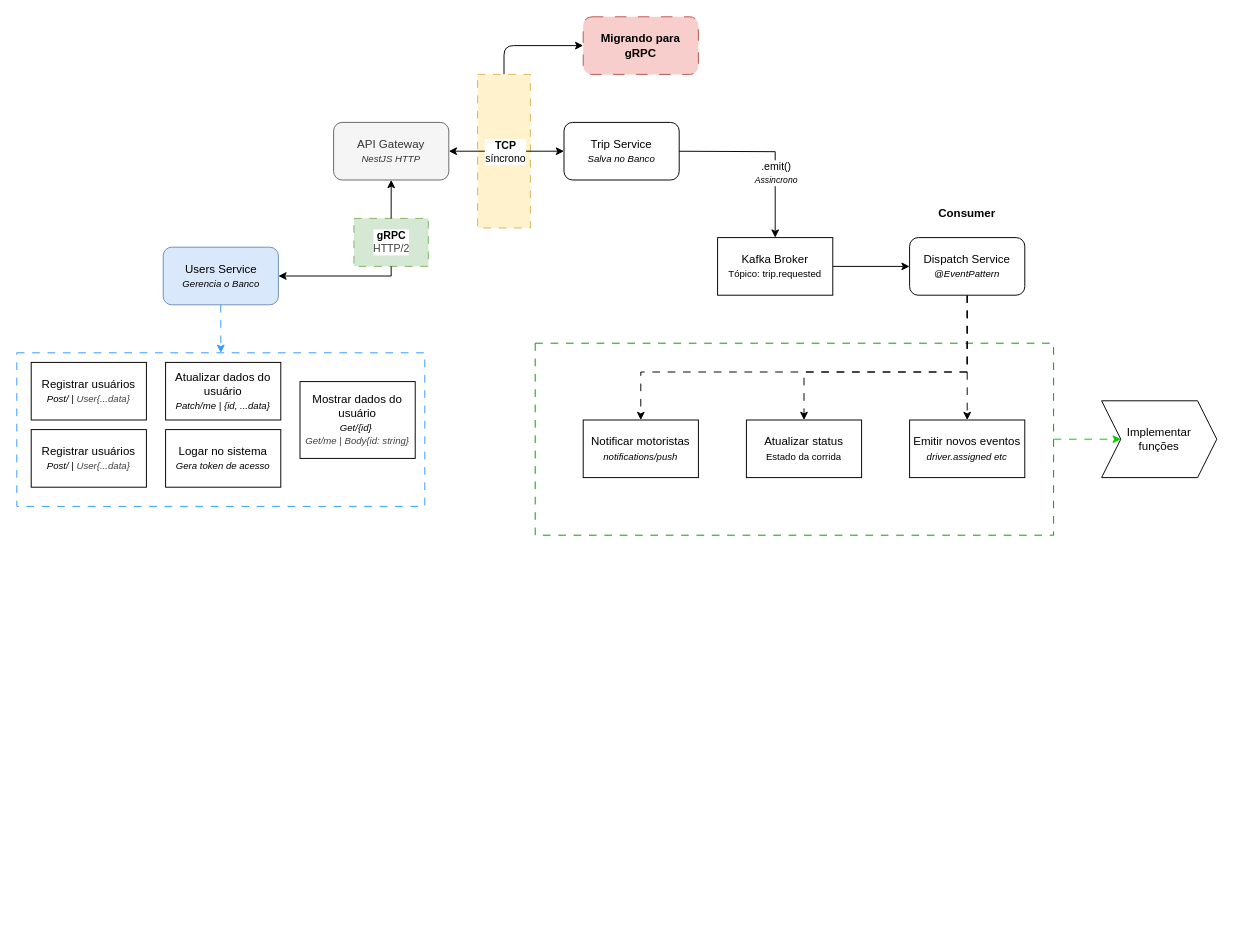
MathVans/Uber_Microsservices keeps this draw.io diagram as trip.requested.drawio. Above is the earlier version. Source tidied: cells renumbered, new cells numbered last; positions are measured from the earlier drawing's top-left corner, leaving out a move shared by most shapes. Both pictures are drawn from the tidied source at 96%, with x=0, y=0 at pixel (16, 16).
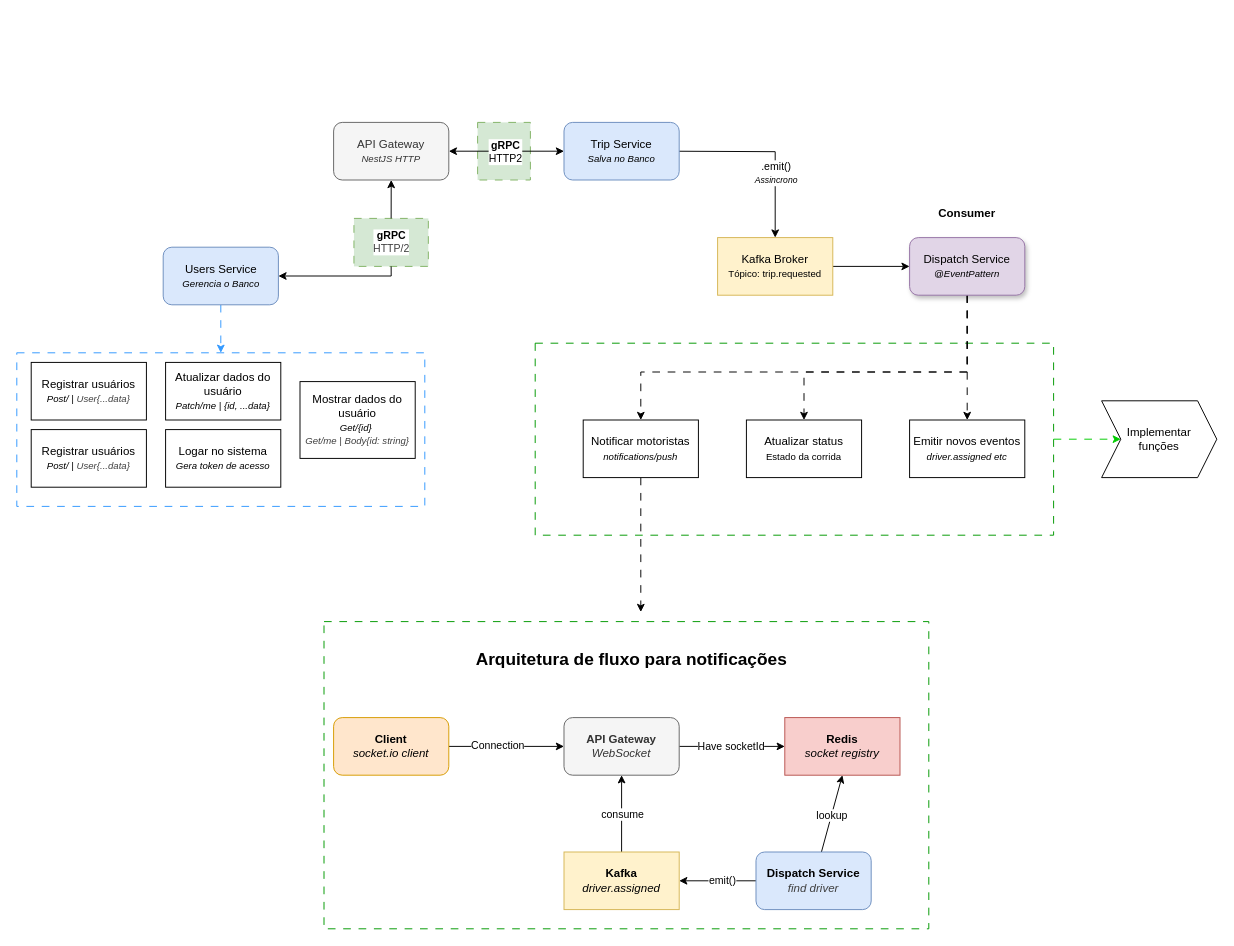
The same page after the edit.

Commit message (it also covers changes not shown here):
feat: add NotificationModule and WebSocket integration

Unchanged cells that the change refers to:
```xml
<mxCell id="2" style="rounded=0;whiteSpace=wrap;html=1;fillColor=#d5e8d4;dashed=1;dashPattern=8 8;shadow=0;glass=0;perimeterSpacing=0;strokeColor=#82b366;" parent="1" vertex="1">
  <mxGeometry x="351.2" y="210" width="77.5" height="50" as="geometry" />
</mxCell>
<mxCell id="9" value="API Gateway&lt;div&gt;&lt;i&gt;&lt;font style=&quot;font-size: 10px;&quot;&gt;NestJS HTTP&lt;/font&gt;&lt;/i&gt;&lt;/div&gt;" style="rounded=1;whiteSpace=wrap;html=1;fillColor=#f5f5f5;fontColor=#333333;strokeColor=#666666;" parent="1" vertex="1">
  <mxGeometry x="330" y="110" width="120" height="60" as="geometry" />
</mxCell>
<mxCell id="20" value="Notificar motoristas&lt;div&gt;&lt;i&gt;&lt;font style=&quot;font-size: 10px;&quot;&gt;notifications/push&lt;/font&gt;&lt;/i&gt;&lt;/div&gt;" style="rounded=0;whiteSpace=wrap;html=1;" parent="1" vertex="1">
  <mxGeometry x="590" y="420" width="120" height="60" as="geometry" />
</mxCell>
<mxCell id="26" value="Users Service&lt;div&gt;&lt;i&gt;&lt;font style=&quot;font-size: 10px;&quot;&gt;Gerencia o Banco&lt;/font&gt;&lt;/i&gt;&lt;/div&gt;" style="rounded=1;whiteSpace=wrap;html=1;fillColor=#dae8fc;strokeColor=#6c8ebf;" parent="1" vertex="1">
  <mxGeometry x="152.5" y="240" width="120" height="60" as="geometry" />
</mxCell>
```

The edit, as a diff of the source:
```diff
@@
-    <mxCell id="4" style="edgeStyle=orthogonalEdgeStyle;html=1;exitX=0.5;exitY=0;exitDx=0;exitDy=0;" parent="1" edge="1" source="5" target="33">
-      <mxGeometry relative="1" as="geometry" />
-    </mxCell>
-    <mxCell id="5" style="rounded=0;whiteSpace=wrap;html=1;fillColor=#fff2cc;dashed=1;dashPattern=8 8;shadow=0;glass=0;perimeterSpacing=0;strokeColor=#d6b656;" parent="1" vertex="1">
-      <mxGeometry x="480" y="60" width="55" height="160" as="geometry" />
+    <mxCell id="5" style="rounded=0;whiteSpace=wrap;html=1;fillColor=#d5e8d4;dashed=1;dashPattern=8 8;shadow=0;glass=0;perimeterSpacing=0;strokeColor=#82b366;" parent="1" vertex="1">
+      <mxGeometry x="480" y="110" width="55" height="60" as="geometry" />
     </mxCell>
@@
-    <mxCell id="7" style="edgeStyle=orthogonalEdgeStyle;rounded=0;jettySize=auto;html=1;exitX=1;exitY=0.5;exitDx=0;exitDy=0;entryX=0;entryY=0.5;entryDx=0;entryDy=0;startArrow=classic;startFill=1;" parent="1" edge="1" source="9" target="14">
+    <mxCell id="7" style="edgeStyle=orthogonalEdgeStyle;rounded=0;jettySize=auto;html=1;exitX=1;exitY=0.5;exitDx=0;exitDy=0;entryX=0;entryY=0.5;entryDx=0;entryDy=0;startArrow=classic;startFill=1;flowAnimation=1;" parent="1" edge="1" source="9" target="14">
       <mxGeometry relative="1" as="geometry" />
     </mxCell>
-    <mxCell id="8" value="&lt;b&gt;TCP&lt;/b&gt;&lt;div&gt;síncrono&lt;/div&gt;" style="edgeLabel;html=1;align=center;verticalAlign=middle;" parent="7" vertex="1">
+    <mxCell id="8" value="&lt;b&gt;gRPC&lt;/b&gt;&lt;br&gt;&lt;div&gt;HTTP2&lt;/div&gt;" style="edgeLabel;html=1;align=center;verticalAlign=middle;" parent="7" vertex="1">
       <mxGeometry x="-0.03" relative="1" as="geometry" />
     </mxCell>
@@
-    <mxCell id="11" value="Kafka Broker&lt;div&gt;&lt;font style=&quot;font-size: 10px;&quot;&gt;Tópico: trip.requested&lt;/font&gt;&lt;/div&gt;" style="rounded=0;whiteSpace=wrap;html=1;" parent="1" vertex="1">
+    <mxCell id="11" value="Kafka Broker&lt;div&gt;&lt;font style=&quot;font-size: 10px;&quot;&gt;Tópico: trip.requested&lt;/font&gt;&lt;/div&gt;" style="rounded=0;whiteSpace=wrap;html=1;fillColor=#fff2cc;strokeColor=#d6b656;shadow=0;" parent="1" vertex="1">
       <mxGeometry x="730" y="230" width="120" height="60" as="geometry" />
     </mxCell>
@@
-    <mxCell id="14" value="Trip Service&lt;div&gt;&lt;i&gt;&lt;font style=&quot;font-size: 10px;&quot;&gt;Salva no Banco&lt;/font&gt;&lt;/i&gt;&lt;/div&gt;" style="rounded=1;whiteSpace=wrap;html=1;" parent="1" vertex="1">
+    <mxCell id="14" value="Trip Service&lt;div&gt;&lt;i&gt;&lt;font style=&quot;font-size: 10px;&quot;&gt;Salva no Banco&lt;/font&gt;&lt;/i&gt;&lt;/div&gt;" style="rounded=1;whiteSpace=wrap;html=1;fillColor=#dae8fc;strokeColor=#6c8ebf;" parent="1" vertex="1">
       <mxGeometry x="570" y="110" width="120" height="60" as="geometry" />
     </mxCell>
@@
-    <mxCell id="18" value="Dispatch Service&lt;div&gt;&lt;i&gt;&lt;font style=&quot;font-size: 10px;&quot;&gt;@EventPattern&lt;/font&gt;&lt;/i&gt;&lt;/div&gt;" style="rounded=1;whiteSpace=wrap;html=1;" parent="1" vertex="1">
+    <mxCell id="18" value="Dispatch Service&lt;div&gt;&lt;i&gt;&lt;font style=&quot;font-size: 10px;&quot;&gt;@EventPattern&lt;/font&gt;&lt;/i&gt;&lt;/div&gt;" style="rounded=1;whiteSpace=wrap;html=1;fillColor=#e1d5e7;strokeColor=#9673a6;shadow=1;" parent="1" vertex="1">
       <mxGeometry x="930" y="230" width="120" height="60" as="geometry" />
     </mxCell>
@@
+    <mxCell id="35" style="edgeStyle=none;html=1;exitX=0.5;exitY=1;exitDx=0;exitDy=0;dashed=1;dashPattern=8 8;" parent="1" edge="1" source="20">
+      <mxGeometry relative="1" as="geometry">
+        <mxPoint x="650" y="620" as="targetPoint" />
+      </mxGeometry>
+    </mxCell>
@@
-    <mxCell id="27" value="&lt;b&gt;gRPC&lt;br&gt;&lt;/b&gt;&lt;div style=&quot;forced-color-adjust: none; color: rgb(63, 63, 63); scrollbar-color: rgb(226, 226, 226) rgb(251, 251, 251); font-family: Helvetica; font-size: 11px; font-style: normal; font-variant-ligatures: normal; font-variant-caps: normal; font-weight: 400; letter-spacing: normal; orphans: 2; text-align: center; text-indent: 0px; text-transform: none; widows: 2; word-spacing: 0px; -webkit-text-stroke-width: 0px; white-space: nowrap; text-decoration-thickness: initial; text-decoration-style: initial; text-decoration-color: initial;&quot;&gt;HTTP/2&lt;/div&gt;" style="endArrow=classic;html=1;exitX=0.5;exitY=1;exitDx=0;exitDy=0;entryX=1;entryY=0.5;entryDx=0;entryDy=0;edgeStyle=orthogonalEdgeStyle;elbow=horizontal;rounded=0;" parent="1" edge="1" source="2" target="26">
+    <mxCell id="27" value="&lt;b&gt;gRPC&lt;br&gt;&lt;/b&gt;&lt;div style=&quot;forced-color-adjust: none; color: rgb(63, 63, 63); scrollbar-color: rgb(226, 226, 226) rgb(251, 251, 251); font-family: Helvetica; font-size: 11px; font-style: normal; font-variant-ligatures: normal; font-variant-caps: normal; font-weight: 400; letter-spacing: normal; orphans: 2; text-align: center; text-indent: 0px; text-transform: none; widows: 2; word-spacing: 0px; -webkit-text-stroke-width: 0px; white-space: nowrap; text-decoration-thickness: initial; text-decoration-style: initial; text-decoration-color: initial;&quot;&gt;HTTP/2&lt;/div&gt;" style="endArrow=classic;html=1;exitX=0.5;exitY=1;exitDx=0;exitDy=0;entryX=1;entryY=0.5;entryDx=0;entryDy=0;edgeStyle=orthogonalEdgeStyle;elbow=horizontal;rounded=0;flowAnimation=1;" parent="1" edge="1" source="2" target="26">
       <mxGeometry x="-1" y="25" relative="1" as="geometry">
         <mxPoint x="-25" y="-25" as="offset" />
       </mxGeometry>
     </mxCell>
@@
-    <mxCell id="32" style="endArrow=none;html=1;exitX=0.5;exitY=1;exitDx=0;exitDy=0;entryX=0.5;entryY=0;entryDx=0;entryDy=0;edgeStyle=orthogonalEdgeStyle;elbow=horizontal;rounded=0;endFill=0;startArrow=classic;startFill=1;" parent="1" edge="1" source="9" target="2">
+    <mxCell id="32" style="endArrow=none;html=1;exitX=0.5;exitY=1;exitDx=0;exitDy=0;entryX=0.5;entryY=0;entryDx=0;entryDy=0;edgeStyle=orthogonalEdgeStyle;elbow=horizontal;rounded=0;endFill=0;startArrow=classic;startFill=1;flowAnimation=1;" parent="1" edge="1" source="9" target="2">
       <mxGeometry x="-0.45" relative="1" as="geometry" />
     </mxCell>
-    <mxCell id="33" value="&lt;b&gt;Migrando para gRPC&lt;/b&gt;" style="rounded=1;whiteSpace=wrap;html=1;fillColor=#f8cecc;strokeColor=#b85450;dashed=1;dashPattern=12 12;" parent="1" vertex="1">
-      <mxGeometry x="590" width="120" height="60" as="geometry" />
-    </mxCell>
@@
+    <mxCell id="36" style="rounded=0;whiteSpace=wrap;html=1;fillColor=none;dashed=1;dashPattern=8 8;shadow=0;glass=0;perimeterSpacing=0;strokeColor=light-dark(#009900,#80FF00);strokeWidth=1;" parent="1" vertex="1">
+      <mxGeometry x="320" y="630" width="630" height="320" as="geometry" />
+    </mxCell>
+    <mxCell id="37" value="Arquitetura de fluxo para notificações" style="text;html=1;align=center;verticalAlign=middle;strokeColor=none;fillColor=none;fontStyle=1;fontSize=18;" parent="1" vertex="1">
+      <mxGeometry x="480" y="650" width="320" height="40" as="geometry" />
+    </mxCell>
+    <mxCell id="38" style="edgeStyle=none;html=1;" parent="1" edge="1" source="40" target="43">
+      <mxGeometry relative="1" as="geometry" />
+    </mxCell>
+    <mxCell id="39" value="Connection" style="edgeLabel;html=1;align=center;verticalAlign=middle;labelBackgroundColor=default;" parent="38" vertex="1">
+      <mxGeometry x="-0.16" y="2" relative="1" as="geometry" />
+    </mxCell>
+    <mxCell id="40" value="&lt;b&gt;Client&lt;/b&gt;&lt;div&gt;&lt;i&gt;socket.io client&lt;/i&gt;&lt;/div&gt;" style="rounded=1;whiteSpace=wrap;html=1;fillColor=#ffe6cc;strokeColor=#d79b00;" parent="1" vertex="1">
+      <mxGeometry x="330" y="730" width="120" height="60" as="geometry" />
+    </mxCell>
+    <mxCell id="41" style="edgeStyle=none;html=1;" parent="1" edge="1" source="43" target="44">
+      <mxGeometry relative="1" as="geometry" />
+    </mxCell>
+    <mxCell id="42" value="Have socketId" style="edgeLabel;html=1;align=center;verticalAlign=middle;" parent="41" vertex="1">
+      <mxGeometry x="-0.03" y="1" relative="1" as="geometry" />
+    </mxCell>
+    <mxCell id="43" value="&lt;b&gt;API Gateway&lt;/b&gt;&lt;div&gt;&lt;i&gt;WebSocket&lt;/i&gt;&lt;/div&gt;" style="rounded=1;whiteSpace=wrap;html=1;fillColor=#f5f5f5;fontColor=#333333;strokeColor=#666666;" parent="1" vertex="1">
+      <mxGeometry x="570" y="730" width="120" height="60" as="geometry" />
+    </mxCell>
+    <mxCell id="44" value="&lt;b&gt;Redis&lt;/b&gt;&lt;div&gt;&lt;i&gt;socket registry&lt;/i&gt;&lt;/div&gt;" style="rounded=0;whiteSpace=wrap;html=1;fillColor=#f8cecc;strokeColor=#b85450;" parent="1" vertex="1">
+      <mxGeometry x="800" y="730" width="120" height="60" as="geometry" />
+    </mxCell>
+    <mxCell id="45" style="edgeStyle=none;html=1;" parent="1" edge="1" source="49" target="52">
+      <mxGeometry relative="1" as="geometry" />
+    </mxCell>
+    <mxCell id="46" value="emit()" style="edgeLabel;html=1;align=center;verticalAlign=middle;" parent="45" vertex="1">
+      <mxGeometry x="-0.1" y="-1" relative="1" as="geometry" />
+    </mxCell>
+    <mxCell id="47" style="edgeStyle=none;html=1;entryX=0.5;entryY=1;entryDx=0;entryDy=0;" parent="1" edge="1" source="49" target="44">
+      <mxGeometry relative="1" as="geometry" />
+    </mxCell>
+    <mxCell id="48" value="lookup" style="edgeLabel;html=1;align=center;verticalAlign=middle;" parent="47" vertex="1">
+      <mxGeometry x="-0.03" relative="1" as="geometry" />
+    </mxCell>
+    <mxCell id="49" value="&lt;b&gt;Dispatch Service&lt;/b&gt;&lt;div&gt;&lt;i style=&quot;color: rgb(63, 63, 63); background-color: transparent;&quot;&gt;find driver&lt;/i&gt;&lt;/div&gt;" style="rounded=1;whiteSpace=wrap;html=1;fillColor=#dae8fc;strokeColor=#6c8ebf;" parent="1" vertex="1">
+      <mxGeometry x="770" y="870" width="120" height="60" as="geometry" />
+    </mxCell>
+    <mxCell id="50" style="edgeStyle=none;html=1;entryX=0.5;entryY=1;entryDx=0;entryDy=0;" parent="1" edge="1" source="52" target="43">
+      <mxGeometry relative="1" as="geometry" />
+    </mxCell>
+    <mxCell id="51" value="consume" style="edgeLabel;html=1;align=center;verticalAlign=middle;" parent="50" vertex="1">
+      <mxGeometry relative="1" as="geometry" />
+    </mxCell>
+    <mxCell id="52" value="&lt;b&gt;Kafka&lt;/b&gt;&lt;div&gt;&lt;i&gt;driver.assigned&lt;/i&gt;&lt;/div&gt;" style="rounded=0;whiteSpace=wrap;html=1;fillColor=#fff2cc;strokeColor=#d6b656;" parent="1" vertex="1">
+      <mxGeometry x="570" y="870" width="120" height="60" as="geometry" />
+    </mxCell>
```
